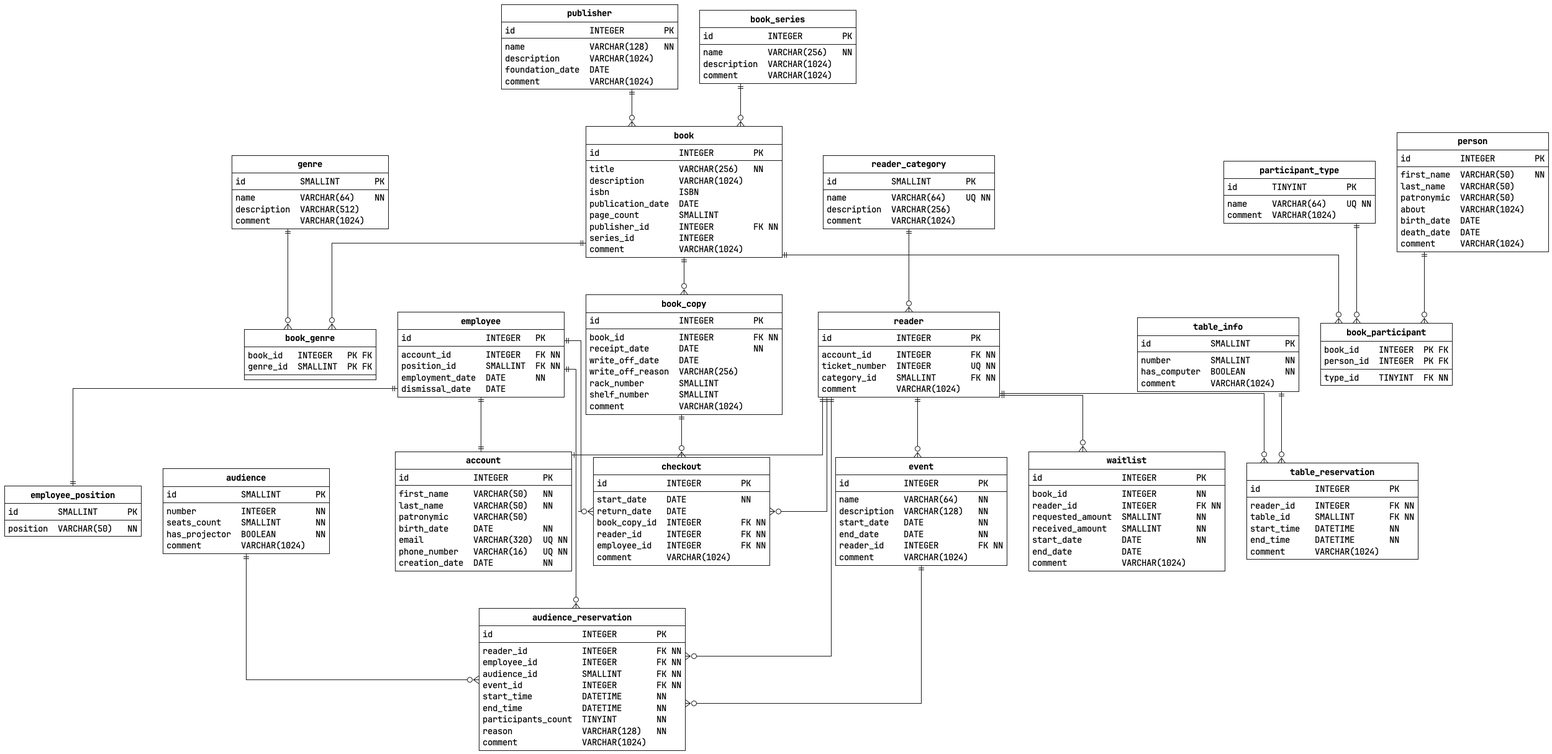
The PlantUML diagram project/database.png in danilshvalov/itmo-databases, before a commit.
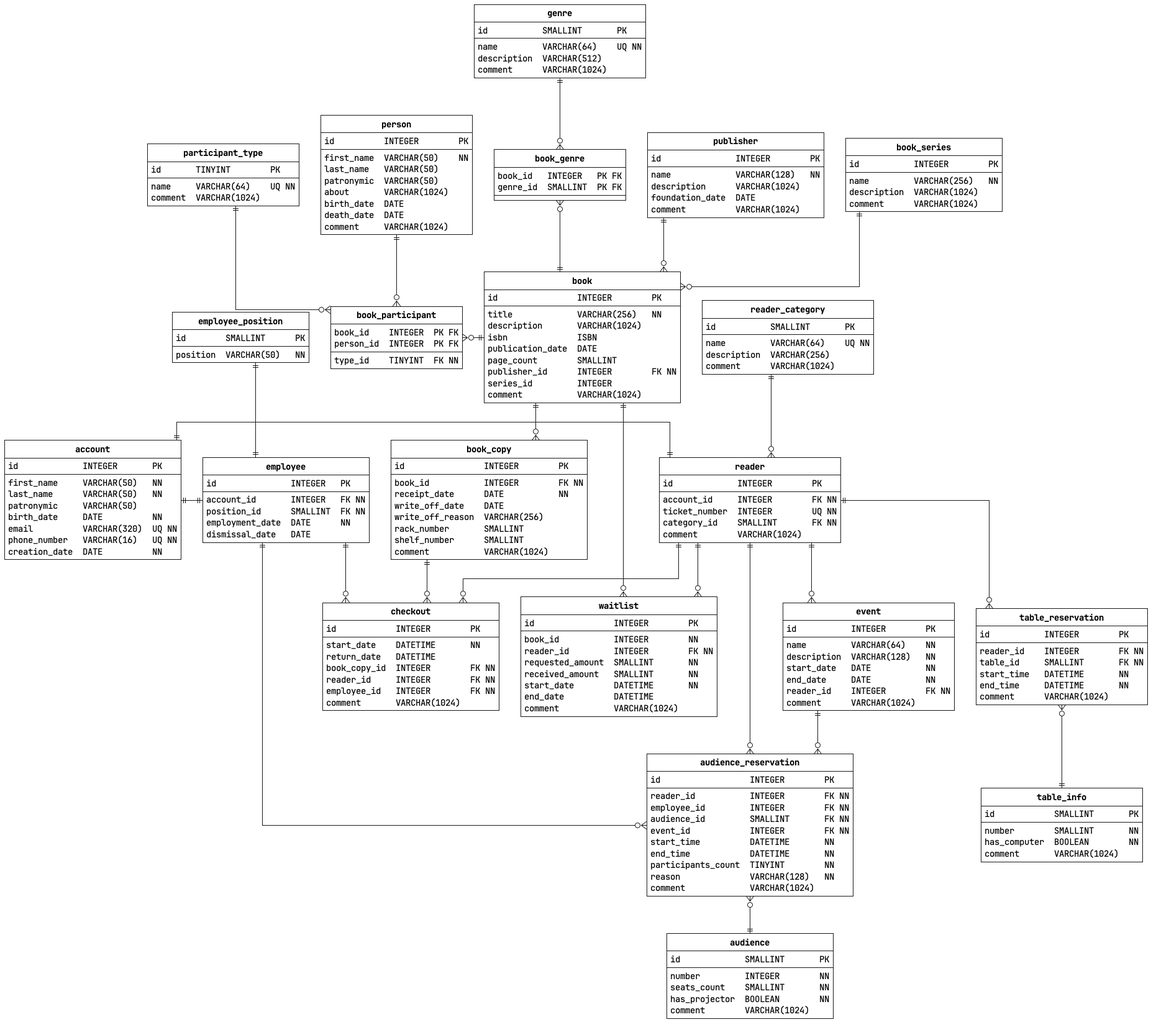
After the commit.

Commit message:
feat(project): facts database

The edit, as a diff of the source:
```diff
@@ -39,7 +39,7 @@
 entity genre {
     column(id,          11, SMALLINT,        13, PK)
     --
-    column(name,        11, 'VARCHAR(64)',   13, NN)
+    column(name,        11, 'VARCHAR(64)',   13, 'UQ NN')
     column(description, 11, 'VARCHAR(512)',  13)
     column(comment,     11, 'VARCHAR(1024)', 13)
 }
@@ -112,16 +112,16 @@
     column(reader_id,        16, INTEGER,         13, 'FK NN')
     column(requested_amount, 16, SMALLINT,        13, NN)
     column(received_amount,  16, SMALLINT,        13, NN)
-    column(start_date,       16, DATE,            13, NN)
-    column(end_date,         16, DATE,            13)
+    column(start_date,       16, DATETIME,        13, NN)
+    column(end_date,         16, DATETIME,        13)
     column(comment,          16, 'VARCHAR(1024)', 13)
 }
 
 entity checkout {
     column(id,           12, INTEGER,         13, PK)
     --
-    column(start_date,   12, DATE,            13, NN)
-    column(return_date,  12, DATE,            13)
+    column(start_date,   12, DATETIME,        13, NN)
+    column(return_date,  12, DATETIME,        13)
     column(book_copy_id, 12, INTEGER,         13, 'FK NN')
     column(reader_id,    12, INTEGER,         13, 'FK NN')
     column(employee_id,  12, INTEGER,         13, 'FK NN')
@@ -224,18 +224,20 @@
     column(comment,     11, 'VARCHAR(1024)', 13)
 }
 
-reader ||--|| account
-employee ||--|| account
-employee ||--|| employee_position
+reader ||-up|| account
+employee ||-up|| account
+employee ||-up-|| employee_position
 
-book ||--o{ book_genre
+book ||-up-o{ book_genre
 genre ||--o{ book_genre
 
-book ||--o{ book_participant
+book ||-left-o{ book_participant
 person ||--o{ book_participant
 participant_type ||--o{ book_participant
 
 reader ||--o{ waitlist
+book ||--o{ waitlist
+
 publisher ||--o{ book
 
 book_copy ||--o{ checkout
@@ -244,12 +246,12 @@
 
 reader_category ||--o{ reader
 book_series ||--o{ book
-book ||--o{ book_copy
+book ||-down-o{ book_copy
 
-table_info ||--o{ table_reservation
+table_info ||-up-o{ table_reservation
 reader ||--o{ table_reservation
 
-audience ||--o{ audience_reservation
+audience ||-up-o{ audience_reservation
 reader ||--o{ audience_reservation
 employee ||--o{ audience_reservation
 event ||--o{ audience_reservation
```
